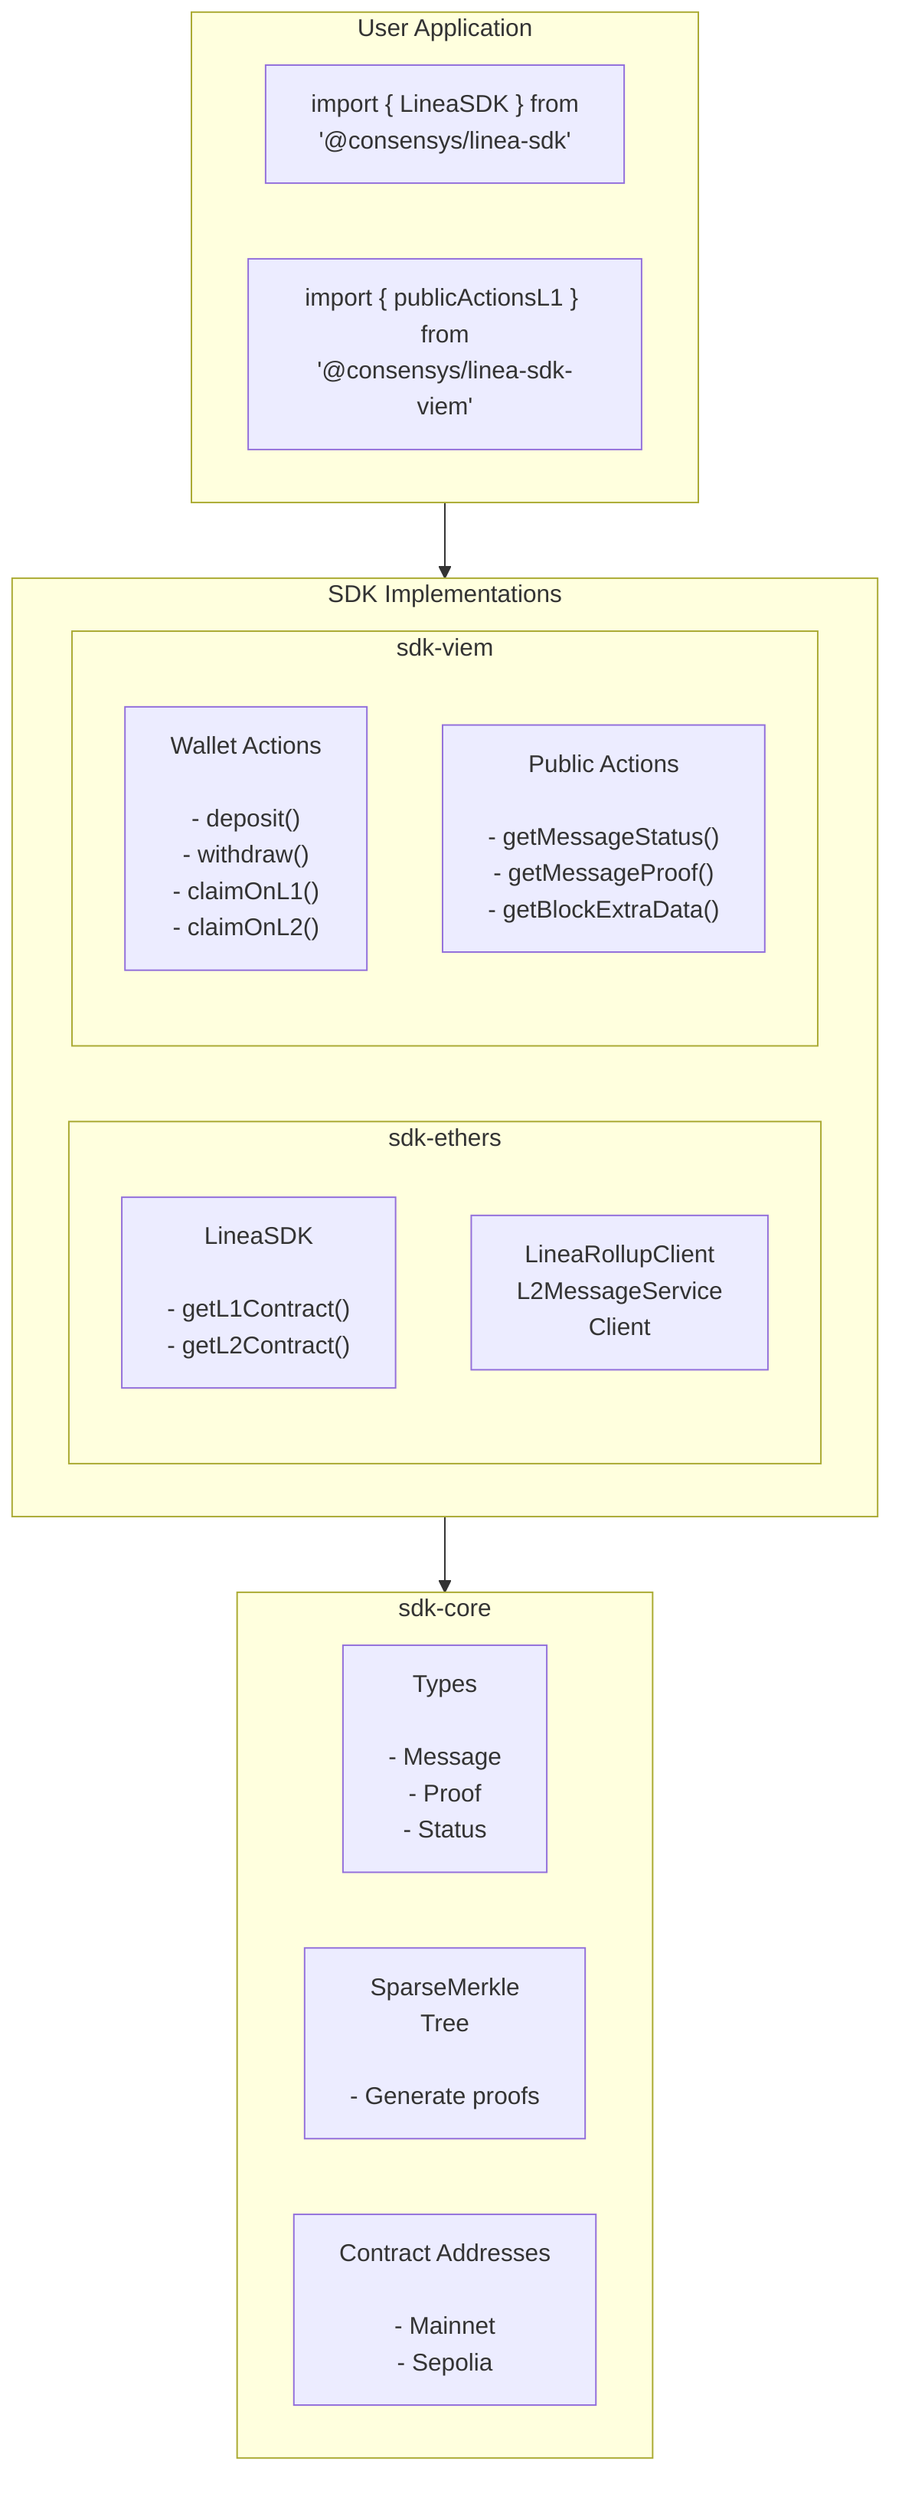
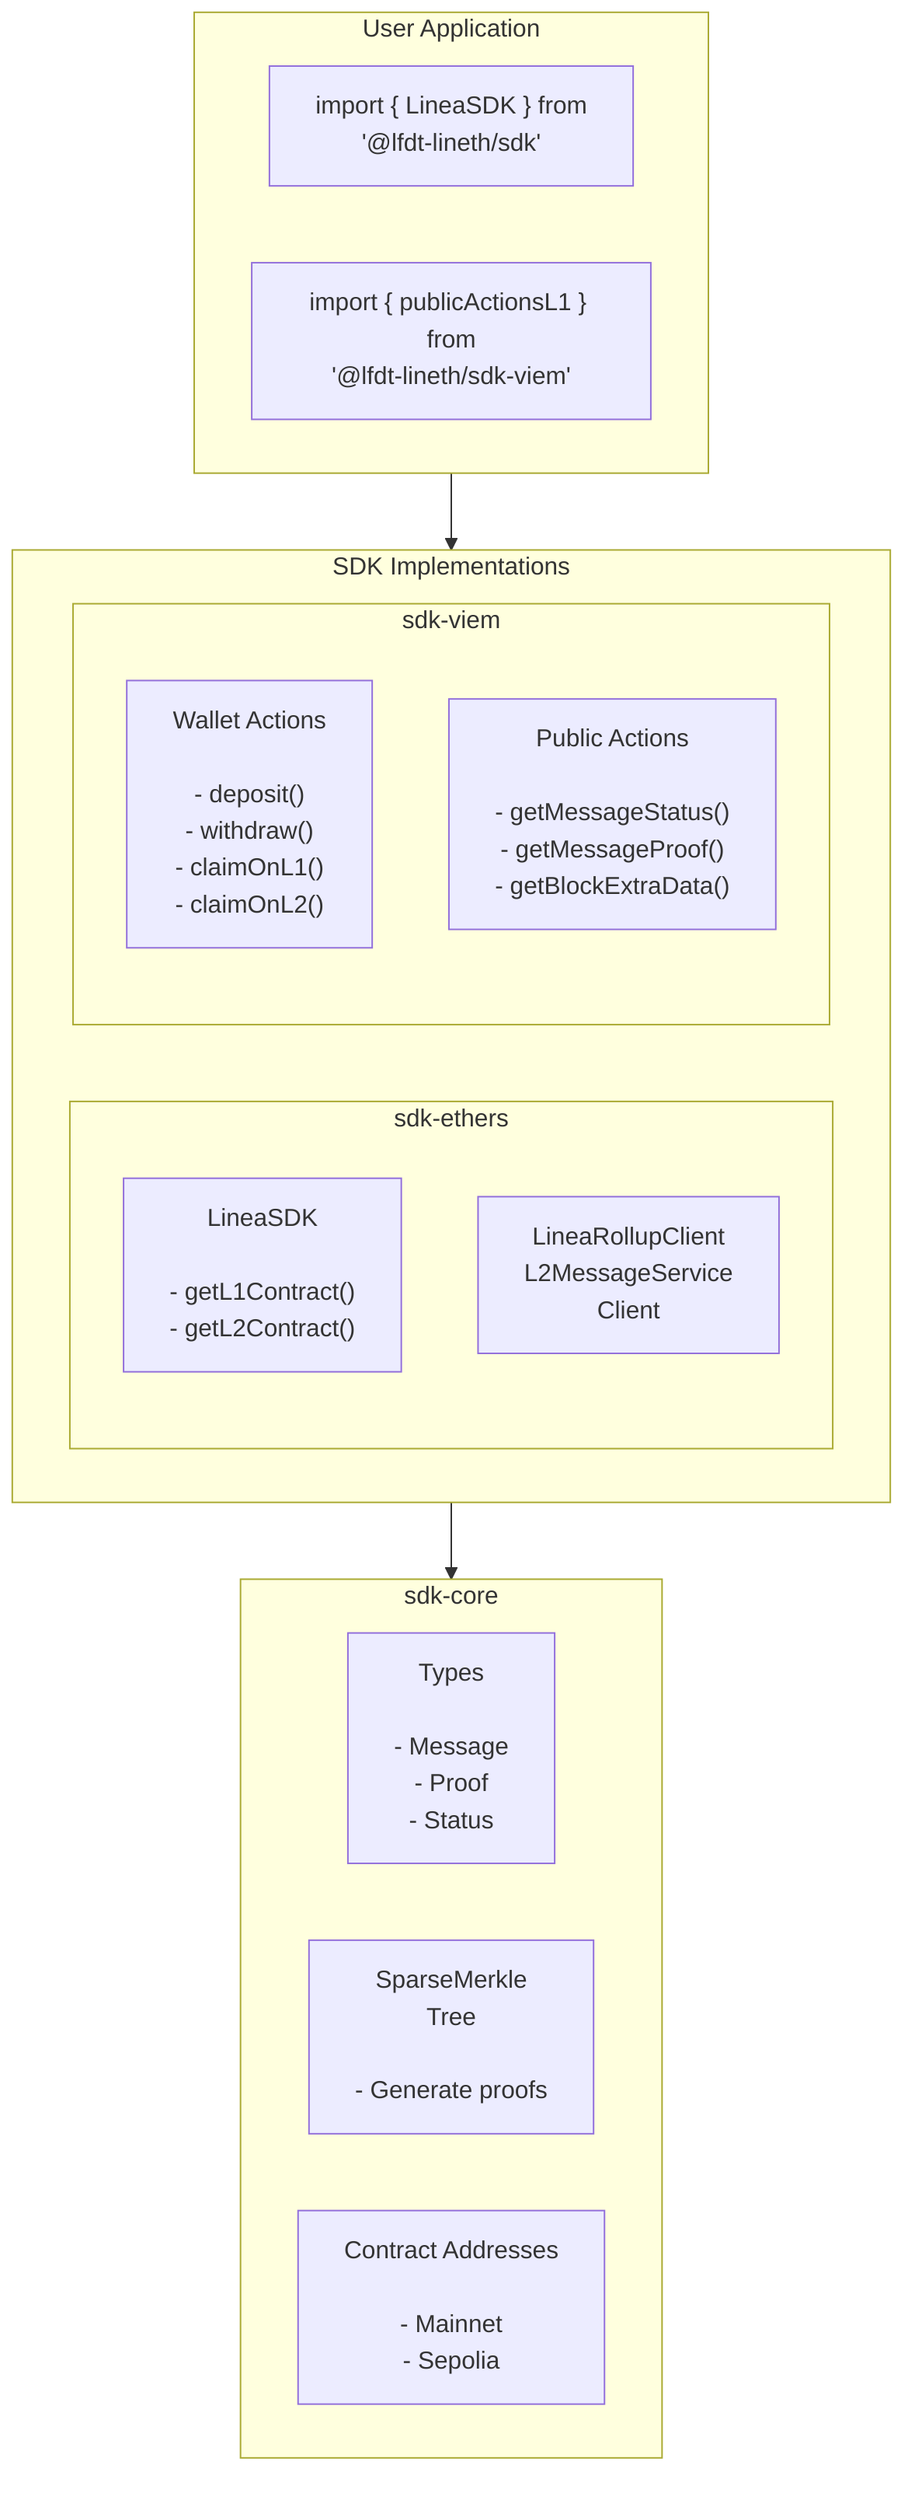
%% SDK Architecture
flowchart TB
    subgraph UserApp["User Application"]
-         ImportEthers["import { LineaSDK } from<br/>'@consensys/linea-sdk'"]
-         ImportViem["import { publicActionsL1 } from<br/>'@consensys/linea-sdk-viem'"]
+         ImportEthers["import { LineaSDK } from<br/>'@lfdt-lineth/sdk'"]
+         ImportViem["import { publicActionsL1 } from<br/>'@lfdt-lineth/sdk-viem'"]
    end

    subgraph SDKs["SDK Implementations"]
        subgraph SdkEthers["sdk-ethers"]
            LineaSDK["LineaSDK<br/><br/>- getL1Contract()<br/>- getL2Contract()"]
            Clients["LineaRollupClient<br/>L2MessageService<br/>Client"]
        end

        subgraph SdkViem["sdk-viem"]
            WalletActions["Wallet Actions<br/><br/>- deposit()<br/>- withdraw()<br/>- claimOnL1()<br/>- claimOnL2()"]
            PublicActions["Public Actions<br/><br/>- getMessageStatus()<br/>- getMessageProof()<br/>- getBlockExtraData()"]
        end
    end

    subgraph Core["sdk-core"]
        Types["Types<br/><br/>- Message<br/>- Proof<br/>- Status"]
        SparseMerkle["SparseMerkle<br/>Tree<br/><br/>- Generate proofs"]
        Addresses["Contract Addresses<br/><br/>- Mainnet<br/>- Sepolia"]
    end

    UserApp --> SDKs
    SDKs --> Core
